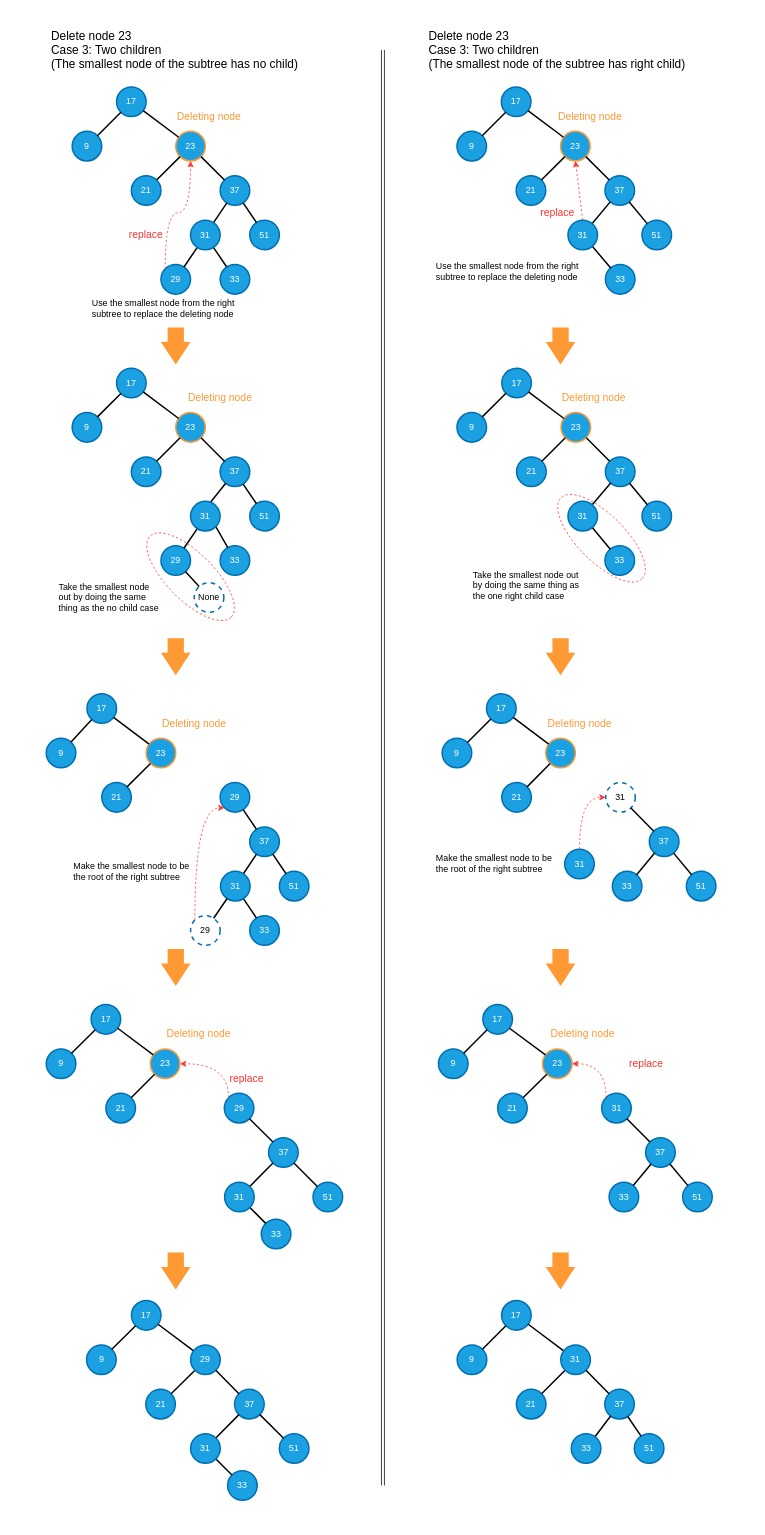
This is page "two_children_t_2" (5 of 10) of diagrams/bst_delete.drawio from burpeesDaily/forest-python, a draw.io file, before an edit. Source tidied: cells renumbered, new cells numbered last; positions are measured from the earlier drawing's top-left corner, leaving out a move shared by most shapes. Both pictures are drawn from the tidied source at 74%, with x=0, y=0 at pixel (13, 13).
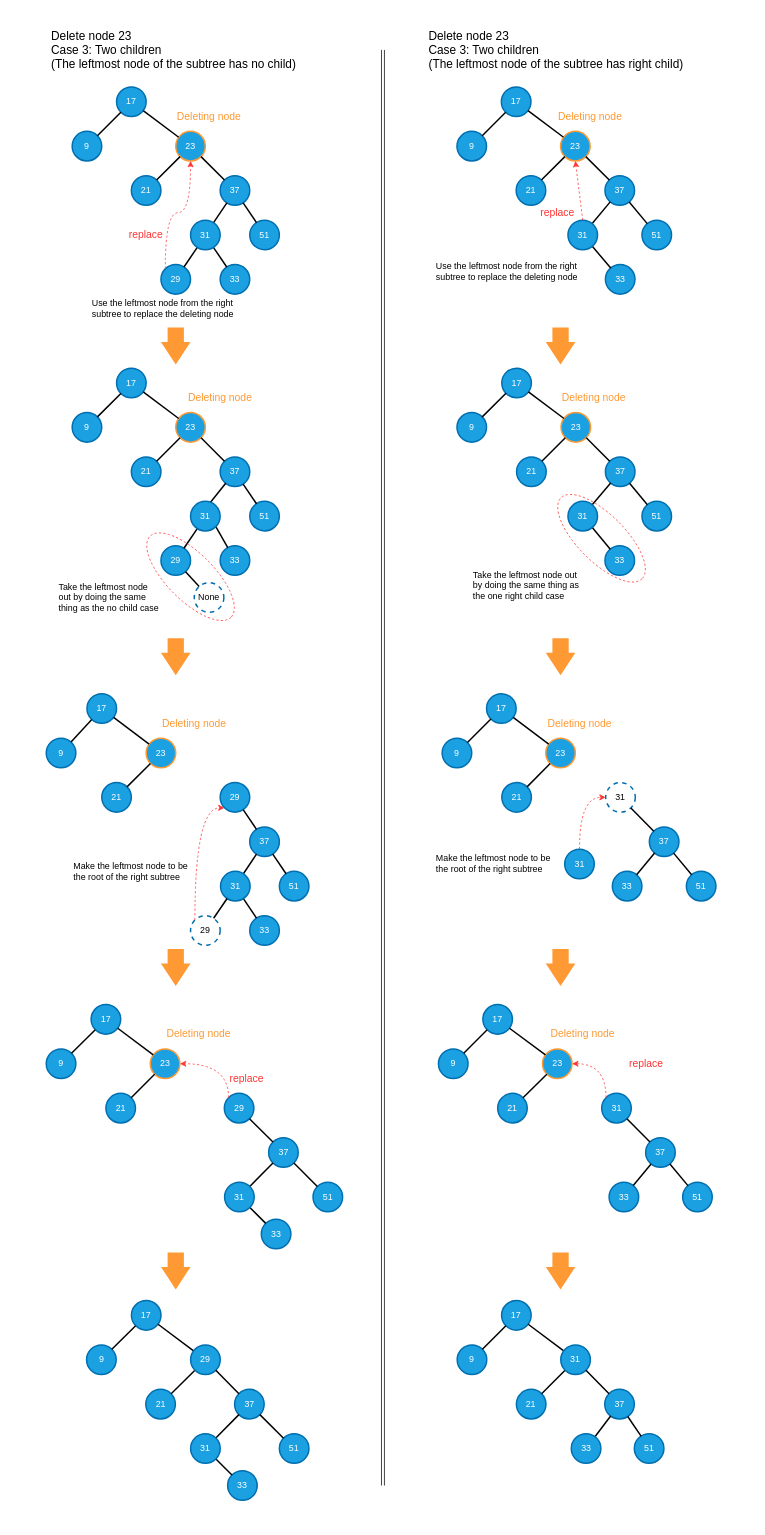
After the change.

The edit, as a diff of the source:
```diff
@@
-    <mxCell id="18" value="&lt;font style=&quot;font-size: 16px&quot; color=&quot;#000000&quot;&gt;Delete node 23&lt;br&gt;Case 3: Two children&lt;br&gt;(The smallest node of the subtree has no child)&lt;br&gt;&lt;/font&gt;" style="text;html=1;strokeColor=none;fillColor=none;align=left;verticalAlign=middle;whiteSpace=wrap;rounded=0;" parent="1" vertex="1">
+    <mxCell id="18" value="&lt;font style=&quot;font-size: 16px&quot; color=&quot;#000000&quot;&gt;Delete node 23&lt;br&gt;Case 3: Two children&lt;br&gt;(The leftmost node of the subtree has no child)&lt;br&gt;&lt;/font&gt;" style="text;html=1;strokeColor=none;fillColor=none;align=left;verticalAlign=middle;whiteSpace=wrap;rounded=0;" parent="1" vertex="1">
       <mxGeometry x="50" y="40" width="360" height="20" as="geometry" />
     </mxCell>
@@
-    <mxCell id="26" value="&lt;font color=&quot;#000000&quot;&gt;Use the smallest node from the right subtree to replace the deleting node&lt;/font&gt;" style="text;html=1;strokeColor=none;fillColor=none;align=left;verticalAlign=middle;whiteSpace=wrap;rounded=0;" parent="1" vertex="1">
+    <mxCell id="26" value="&lt;font color=&quot;#000000&quot;&gt;Use the leftmost node from the right subtree to replace the deleting node&lt;/font&gt;" style="text;html=1;strokeColor=none;fillColor=none;align=left;verticalAlign=middle;whiteSpace=wrap;rounded=0;" parent="1" vertex="1">
       <mxGeometry x="105" y="390" width="210" height="20" as="geometry" />
     </mxCell>
@@
-    <mxCell id="48" value="&lt;font color=&quot;#000000&quot;&gt;Take the smallest node out by doing the same thing as the no child case&lt;/font&gt;" style="text;html=1;strokeColor=none;fillColor=none;align=left;verticalAlign=middle;whiteSpace=wrap;rounded=0;dashed=1;" parent="1" vertex="1">
+    <mxCell id="48" value="&lt;font color=&quot;#000000&quot;&gt;Take the leftmost node out by doing the same thing as the no child case&lt;/font&gt;" style="text;html=1;strokeColor=none;fillColor=none;align=left;verticalAlign=middle;whiteSpace=wrap;rounded=0;dashed=1;" parent="1" vertex="1">
       <mxGeometry x="60" y="760" width="140" height="60" as="geometry" />
     </mxCell>
@@
-    <mxCell id="66" value="&lt;font color=&quot;#000000&quot;&gt;Make the smallest node to be the root of the right subtree&lt;/font&gt;" style="text;html=1;strokeColor=none;fillColor=none;align=left;verticalAlign=middle;whiteSpace=wrap;rounded=0;dashed=1;" parent="1" vertex="1">
+    <mxCell id="66" value="&lt;font color=&quot;#000000&quot;&gt;Make the leftmost node to be the root of the right subtree&lt;/font&gt;" style="text;html=1;strokeColor=none;fillColor=none;align=left;verticalAlign=middle;whiteSpace=wrap;rounded=0;dashed=1;" parent="1" vertex="1">
       <mxGeometry x="80" y="1140" width="160" height="40" as="geometry" />
     </mxCell>
@@
-    <mxCell id="119" value="&lt;font style=&quot;font-size: 16px&quot; color=&quot;#000000&quot;&gt;Delete node 23&lt;br&gt;Case 3: Two children&lt;br&gt;(The smallest node of the subtree has right child)&lt;br&gt;&lt;/font&gt;" style="text;html=1;strokeColor=none;fillColor=none;align=left;verticalAlign=middle;whiteSpace=wrap;rounded=0;" parent="1" vertex="1">
+    <mxCell id="119" value="&lt;font style=&quot;font-size: 16px&quot; color=&quot;#000000&quot;&gt;Delete node 23&lt;br&gt;Case 3: Two children&lt;br&gt;(The leftmost node of the subtree has right child)&lt;br&gt;&lt;/font&gt;" style="text;html=1;strokeColor=none;fillColor=none;align=left;verticalAlign=middle;whiteSpace=wrap;rounded=0;" parent="1" vertex="1">
       <mxGeometry x="560" y="40" width="360" height="20" as="geometry" />
     </mxCell>
@@
-    <mxCell id="125" value="&lt;font color=&quot;#000000&quot;&gt;Use the smallest node from the right subtree to replace the deleting node&lt;/font&gt;" style="text;html=1;strokeColor=none;fillColor=none;align=left;verticalAlign=middle;whiteSpace=wrap;rounded=0;" parent="1" vertex="1">
+    <mxCell id="125" value="&lt;font color=&quot;#000000&quot;&gt;Use the leftmost node from the right subtree to replace the deleting node&lt;/font&gt;" style="text;html=1;strokeColor=none;fillColor=none;align=left;verticalAlign=middle;whiteSpace=wrap;rounded=0;" parent="1" vertex="1">
       <mxGeometry x="570" y="340" width="210" height="20" as="geometry" />
     </mxCell>
@@
-    <mxCell id="143" value="&lt;font color=&quot;#000000&quot;&gt;Take the smallest node out by doing the same thing as the one right child case&lt;/font&gt;" style="text;html=1;strokeColor=none;fillColor=none;align=left;verticalAlign=middle;whiteSpace=wrap;rounded=0;dashed=1;" parent="1" vertex="1">
+    <mxCell id="143" value="&lt;font color=&quot;#000000&quot;&gt;Take the leftmost node out by doing the same thing as the one right child case&lt;/font&gt;" style="text;html=1;strokeColor=none;fillColor=none;align=left;verticalAlign=middle;whiteSpace=wrap;rounded=0;dashed=1;" parent="1" vertex="1">
       <mxGeometry x="620" y="743.7" width="150.6" height="60" as="geometry" />
     </mxCell>
@@
-    <mxCell id="194" value="&lt;font color=&quot;#000000&quot;&gt;Make the smallest node to be the root of the right subtree&lt;/font&gt;" style="text;html=1;strokeColor=none;fillColor=none;align=left;verticalAlign=middle;whiteSpace=wrap;rounded=0;dashed=1;" parent="1" vertex="1">
+    <mxCell id="194" value="&lt;font color=&quot;#000000&quot;&gt;Make the leftmost node to be the root of the right subtree&lt;/font&gt;" style="text;html=1;strokeColor=none;fillColor=none;align=left;verticalAlign=middle;whiteSpace=wrap;rounded=0;dashed=1;" parent="1" vertex="1">
       <mxGeometry x="570" y="1130" width="160" height="40" as="geometry" />
     </mxCell>
```
